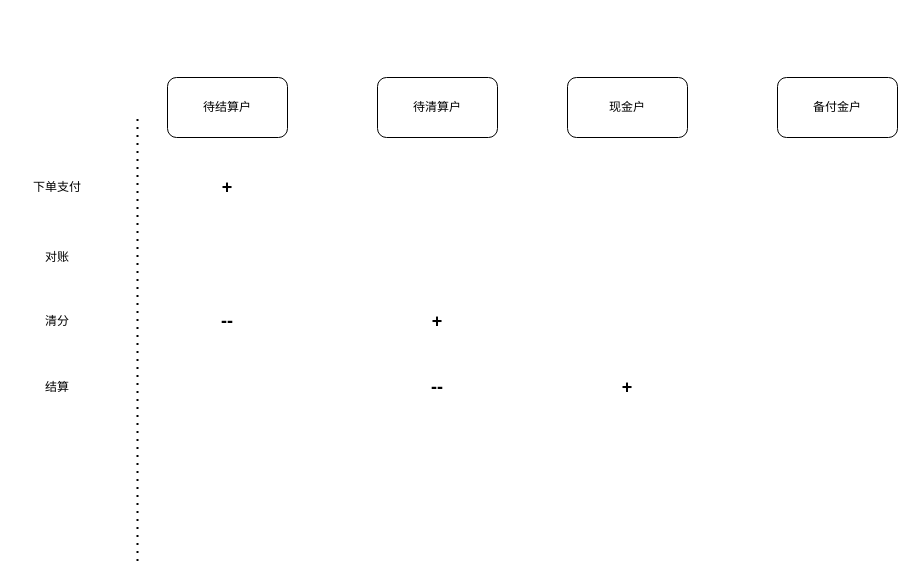
luoyuping/drawio keeps this draw.io diagram as Untitled Diagram.drawio. Above is the earlier version. Source tidied: cells renumbered, new cells numbered last; positions are measured from the earlier drawing's top-left corner, leaving out a move shared by most shapes. Both pictures are drawn from the tidied source at 100%, with x=0, y=0 at pixel (17, 77).
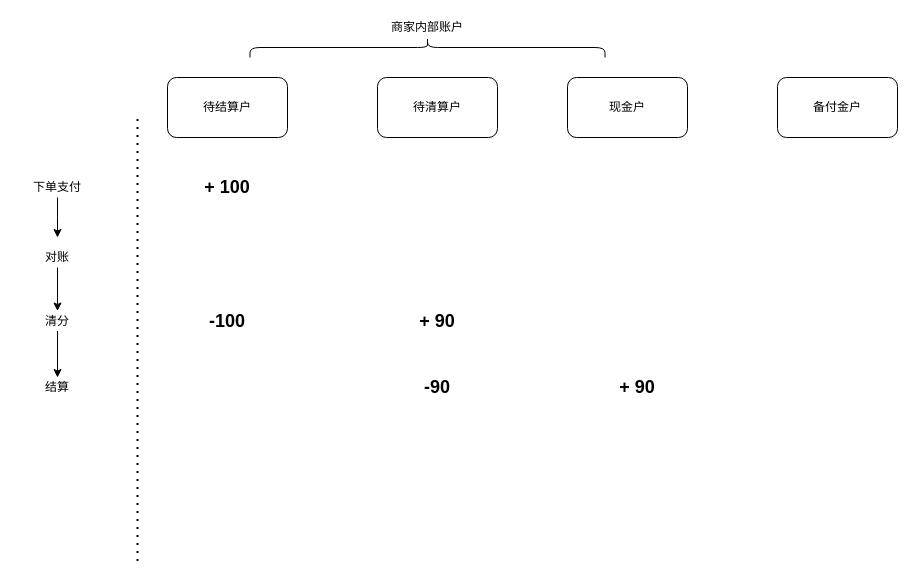
After the change.

The change refers to these unchanged cells:
```xml
<mxCell id="6" value="下单支付" style="text;html=1;strokeColor=none;fillColor=none;align=center;verticalAlign=middle;whiteSpace=wrap;rounded=0;" parent="1" vertex="1">
  <mxGeometry y="100" width="80" height="20" as="geometry" />
</mxCell>
<mxCell id="8" value="结算" style="text;html=1;strokeColor=none;fillColor=none;align=center;verticalAlign=middle;whiteSpace=wrap;rounded=0;" parent="1" vertex="1">
  <mxGeometry y="300" width="80" height="20" as="geometry" />
</mxCell>
<mxCell id="9" value="对账" style="text;html=1;strokeColor=none;fillColor=none;align=center;verticalAlign=middle;whiteSpace=wrap;rounded=0;" parent="1" vertex="1">
  <mxGeometry y="170" width="80" height="20" as="geometry" />
</mxCell>
<mxCell id="10" value="清分" style="text;html=1;strokeColor=none;fillColor=none;align=center;verticalAlign=middle;whiteSpace=wrap;rounded=0;" parent="1" vertex="1">
  <mxGeometry y="233.5" width="80" height="20" as="geometry" />
</mxCell>
```

What changed in the source:
```diff
@@
+    <mxCell id="16" style="edgeStyle=orthogonalEdgeStyle;rounded=0;jettySize=auto;html=1;exitX=0.5;exitY=1;exitDx=0;exitDy=0;" parent="1" edge="1" source="6">
+      <mxGeometry relative="1" as="geometry">
+        <mxPoint x="40" y="160" as="targetPoint" />
+      </mxGeometry>
+    </mxCell>
@@
-    <mxCell id="7" value="&lt;b&gt;&lt;font style=&quot;font-size: 18px&quot;&gt;+&lt;/font&gt;&lt;/b&gt;" style="text;html=1;strokeColor=none;fillColor=none;align=center;verticalAlign=middle;whiteSpace=wrap;rounded=0;" parent="1" vertex="1">
-      <mxGeometry x="190" y="100" width="40" height="20" as="geometry" />
+    <mxCell id="7" value="&lt;b&gt;&lt;font style=&quot;font-size: 18px&quot;&gt;+ 100&lt;/font&gt;&lt;/b&gt;" style="text;html=1;strokeColor=none;fillColor=none;align=center;verticalAlign=middle;whiteSpace=wrap;rounded=0;" parent="1" vertex="1">
+      <mxGeometry x="175" y="100" width="70" height="20" as="geometry" />
     </mxCell>
@@
+    <mxCell id="17" style="edgeStyle=orthogonalEdgeStyle;rounded=0;jettySize=auto;html=1;exitX=0.5;exitY=1;exitDx=0;exitDy=0;entryX=0.5;entryY=0;entryDx=0;entryDy=0;" parent="1" edge="1" source="9" target="10">
+      <mxGeometry relative="1" as="geometry" />
+    </mxCell>
@@
+    <mxCell id="18" style="edgeStyle=orthogonalEdgeStyle;rounded=0;jettySize=auto;html=1;exitX=0.5;exitY=1;exitDx=0;exitDy=0;entryX=0.5;entryY=0;entryDx=0;entryDy=0;" parent="1" edge="1" source="10" target="8">
+      <mxGeometry relative="1" as="geometry" />
+    </mxCell>
@@
-    <mxCell id="12" value="&lt;span style=&quot;font-size: 18px&quot;&gt;&lt;b&gt;+&lt;/b&gt;&lt;/span&gt;" style="text;html=1;strokeColor=none;fillColor=none;align=center;verticalAlign=middle;whiteSpace=wrap;rounded=0;" parent="1" vertex="1">
+    <mxCell id="12" value="&lt;span style=&quot;font-size: 18px&quot;&gt;&lt;b&gt;+ 90&lt;/b&gt;&lt;/span&gt;" style="text;html=1;strokeColor=none;fillColor=none;align=center;verticalAlign=middle;whiteSpace=wrap;rounded=0;" parent="1" vertex="1">
       <mxGeometry x="400" y="234" width="40" height="20" as="geometry" />
     </mxCell>
-    <mxCell id="13" value="&lt;span style=&quot;font-size: 18px&quot;&gt;&lt;b&gt;--&lt;/b&gt;&lt;/span&gt;" style="text;html=1;strokeColor=none;fillColor=none;align=center;verticalAlign=middle;whiteSpace=wrap;rounded=0;" parent="1" vertex="1">
+    <mxCell id="13" value="&lt;span style=&quot;font-size: 18px&quot;&gt;&lt;b&gt;-100&lt;/b&gt;&lt;/span&gt;" style="text;html=1;strokeColor=none;fillColor=none;align=center;verticalAlign=middle;whiteSpace=wrap;rounded=0;" parent="1" vertex="1">
       <mxGeometry x="190" y="234" width="40" height="20" as="geometry" />
     </mxCell>
-    <mxCell id="14" value="&lt;span style=&quot;font-size: 18px&quot;&gt;&lt;b&gt;--&lt;/b&gt;&lt;/span&gt;" style="text;html=1;strokeColor=none;fillColor=none;align=center;verticalAlign=middle;whiteSpace=wrap;rounded=0;" parent="1" vertex="1">
+    <mxCell id="14" value="&lt;span style=&quot;font-size: 18px&quot;&gt;&lt;b&gt;-90&lt;/b&gt;&lt;/span&gt;" style="text;html=1;strokeColor=none;fillColor=none;align=center;verticalAlign=middle;whiteSpace=wrap;rounded=0;" parent="1" vertex="1">
       <mxGeometry x="400" y="300" width="40" height="20" as="geometry" />
     </mxCell>
-    <mxCell id="15" value="&lt;span style=&quot;font-size: 18px&quot;&gt;&lt;b&gt;+&lt;/b&gt;&lt;/span&gt;" style="text;html=1;strokeColor=none;fillColor=none;align=center;verticalAlign=middle;whiteSpace=wrap;rounded=0;" parent="1" vertex="1">
-      <mxGeometry x="590" y="300" width="40" height="20" as="geometry" />
-    </mxCell>
+    <mxCell id="19" style="shape=curlyBracket;whiteSpace=wrap;html=1;rounded=1;rotation=90;" parent="1" vertex="1">
+      <mxGeometry x="400" y="-207.5" width="20" height="355" as="geometry" />
+    </mxCell>
+    <mxCell id="20" value="商家内部账户" style="text;html=1;strokeColor=none;fillColor=none;align=center;verticalAlign=middle;whiteSpace=wrap;rounded=0;" parent="1" vertex="1">
+      <mxGeometry x="370" y="-60" width="80" height="20" as="geometry" />
+    </mxCell>
+    <mxCell id="21" value="&lt;span style=&quot;font-size: 18px&quot;&gt;&lt;b&gt;+ 90&lt;/b&gt;&lt;/span&gt;" style="text;html=1;strokeColor=none;fillColor=none;align=center;verticalAlign=middle;whiteSpace=wrap;rounded=0;" parent="1" vertex="1">
+      <mxGeometry x="600" y="300" width="40" height="20" as="geometry" />
+    </mxCell>
```
